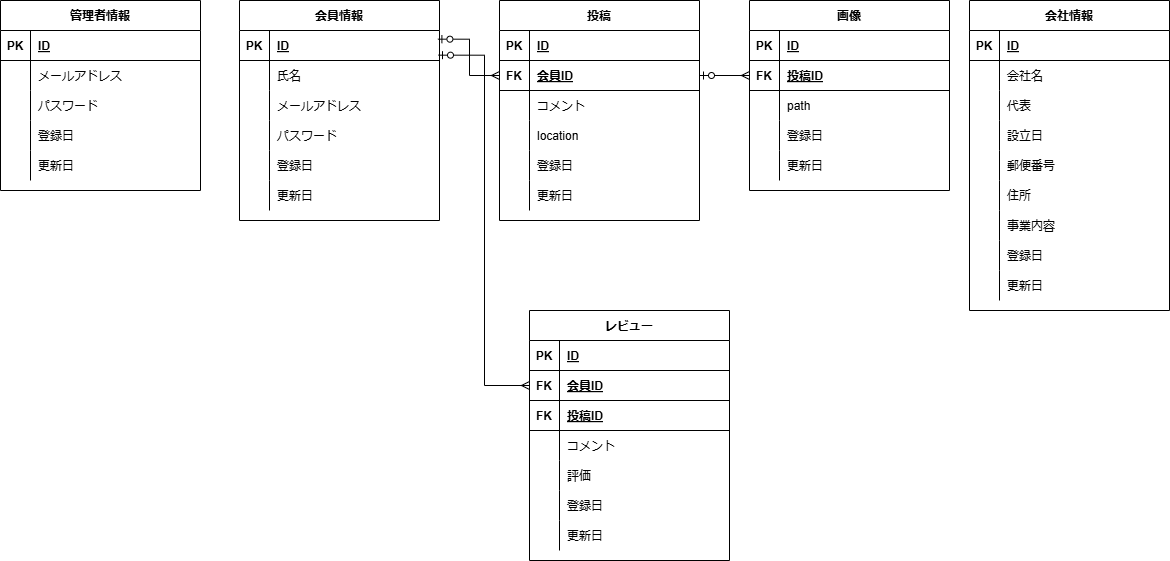
Above: TravelogER図.drawio.png in ISSEI-dot/Travelog (draw.io), before the change. Source tidied: cells renumbered, new cells last; positions are measured from the earlier drawing's top-left corner, leaving out a move shared by most shapes.
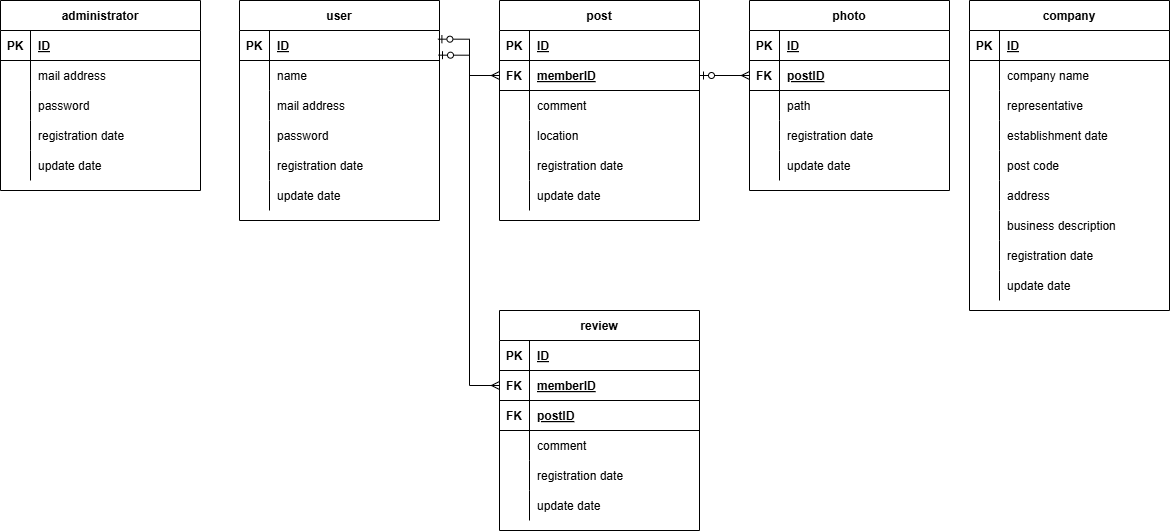
The same file after the commit.

Commit message:
TravelogER図.drawio.png を更新します

The edit, as a diff of the source:
```diff
@@ -4,3 +4,3 @@
     <mxCell id="1" parent="0" />
-    <mxCell id="2" value="管理者情報" style="shape=table;startSize=30;rowLines=0;fontStyle=1;align=center;" parent="1" vertex="1">
+    <mxCell id="2" value="administrator" style="shape=table;startSize=30;rowLines=0;fontStyle=1;align=center;" parent="1" vertex="1">
       <mxGeometry width="200" height="190" as="geometry" />
@@ -22,3 +22,3 @@
     </mxCell>
-    <mxCell id="8" value="メールアドレス" style="shape=partialRectangle;overflow=hidden;fillColor=none;top=0;left=0;bottom=0;right=0;align=left;spacingLeft=6;" parent="6" vertex="1">
+    <mxCell id="8" value="mail address" style="shape=partialRectangle;overflow=hidden;fillColor=none;top=0;left=0;bottom=0;right=0;align=left;spacingLeft=6;" parent="6" vertex="1">
       <mxGeometry x="30" width="170" height="30" as="geometry" />
@@ -31,3 +31,3 @@
     </mxCell>
-    <mxCell id="11" value="パスワード" style="shape=partialRectangle;overflow=hidden;fillColor=none;top=0;left=0;bottom=0;right=0;align=left;spacingLeft=6;" parent="9" vertex="1">
+    <mxCell id="11" value="password" style="shape=partialRectangle;overflow=hidden;fillColor=none;top=0;left=0;bottom=0;right=0;align=left;spacingLeft=6;" parent="9" vertex="1">
       <mxGeometry x="30" width="170" height="30" as="geometry" />
@@ -40,3 +40,3 @@
     </mxCell>
-    <mxCell id="14" value="登録日" style="shape=partialRectangle;overflow=hidden;fillColor=none;top=0;left=0;bottom=0;right=0;align=left;spacingLeft=6;" parent="12" vertex="1">
+    <mxCell id="14" value="registration date" style="shape=partialRectangle;overflow=hidden;fillColor=none;top=0;left=0;bottom=0;right=0;align=left;spacingLeft=6;" parent="12" vertex="1">
       <mxGeometry x="30" width="170" height="30" as="geometry" />
@@ -49,6 +49,6 @@
     </mxCell>
-    <mxCell id="17" value="更新日" style="shape=partialRectangle;overflow=hidden;fillColor=none;top=0;left=0;bottom=0;right=0;align=left;spacingLeft=6;" parent="15" vertex="1">
+    <mxCell id="17" value="update date" style="shape=partialRectangle;overflow=hidden;fillColor=none;top=0;left=0;bottom=0;right=0;align=left;spacingLeft=6;" parent="15" vertex="1">
       <mxGeometry x="30" width="170" height="30" as="geometry" />
     </mxCell>
-    <mxCell id="18" value="会員情報" style="shape=table;startSize=30;rowLines=0;fontStyle=1;align=center;" parent="1" vertex="1">
+    <mxCell id="18" value="user" style="shape=table;startSize=30;rowLines=0;fontStyle=1;align=center;" parent="1" vertex="1">
       <mxGeometry x="239" width="200" height="220" as="geometry" />
@@ -70,3 +70,3 @@
     </mxCell>
-    <mxCell id="24" value="氏名" style="shape=partialRectangle;overflow=hidden;fillColor=none;top=0;left=0;bottom=0;right=0;align=left;spacingLeft=6;" parent="22" vertex="1">
+    <mxCell id="24" value="name" style="shape=partialRectangle;overflow=hidden;fillColor=none;top=0;left=0;bottom=0;right=0;align=left;spacingLeft=6;" parent="22" vertex="1">
       <mxGeometry x="30" width="170" height="30" as="geometry" />
@@ -79,3 +79,3 @@
     </mxCell>
-    <mxCell id="27" value="メールアドレス" style="shape=partialRectangle;overflow=hidden;fillColor=none;top=0;left=0;bottom=0;right=0;align=left;spacingLeft=6;" parent="25" vertex="1">
+    <mxCell id="27" value="mail address" style="shape=partialRectangle;overflow=hidden;fillColor=none;top=0;left=0;bottom=0;right=0;align=left;spacingLeft=6;" parent="25" vertex="1">
       <mxGeometry x="30" width="170" height="30" as="geometry" />
@@ -88,3 +88,3 @@
     </mxCell>
-    <mxCell id="30" value="パスワード" style="shape=partialRectangle;overflow=hidden;fillColor=none;top=0;left=0;bottom=0;right=0;align=left;spacingLeft=6;" parent="28" vertex="1">
+    <mxCell id="30" value="password" style="shape=partialRectangle;overflow=hidden;fillColor=none;top=0;left=0;bottom=0;right=0;align=left;spacingLeft=6;" parent="28" vertex="1">
       <mxGeometry x="30" width="170" height="30" as="geometry" />
@@ -97,3 +97,3 @@
     </mxCell>
-    <mxCell id="33" value="登録日" style="shape=partialRectangle;overflow=hidden;fillColor=none;top=0;left=0;bottom=0;right=0;align=left;spacingLeft=6;" parent="31" vertex="1">
+    <mxCell id="33" value="registration date" style="shape=partialRectangle;overflow=hidden;fillColor=none;top=0;left=0;bottom=0;right=0;align=left;spacingLeft=6;" parent="31" vertex="1">
       <mxGeometry x="30" width="170" height="30" as="geometry" />
@@ -106,6 +106,6 @@
     </mxCell>
-    <mxCell id="36" value="更新日" style="shape=partialRectangle;overflow=hidden;fillColor=none;top=0;left=0;bottom=0;right=0;align=left;spacingLeft=6;" parent="34" vertex="1">
+    <mxCell id="36" value="update date" style="shape=partialRectangle;overflow=hidden;fillColor=none;top=0;left=0;bottom=0;right=0;align=left;spacingLeft=6;" parent="34" vertex="1">
       <mxGeometry x="30" width="170" height="30" as="geometry" />
     </mxCell>
-    <mxCell id="37" value="投稿" style="shape=table;startSize=30;rowLines=0;fontStyle=1;align=center;" parent="1" vertex="1">
+    <mxCell id="37" value="post" style="shape=table;startSize=30;rowLines=0;fontStyle=1;align=center;" parent="1" vertex="1">
       <mxGeometry x="499" width="200" height="220" as="geometry" />
@@ -127,3 +127,3 @@
     </mxCell>
-    <mxCell id="43" value="会員ID" style="shape=partialRectangle;overflow=hidden;fillColor=none;top=0;left=0;bottom=0;right=0;align=left;spacingLeft=6;fontStyle=5;" parent="41" vertex="1">
+    <mxCell id="43" value="memberID" style="shape=partialRectangle;overflow=hidden;fillColor=none;top=0;left=0;bottom=0;right=0;align=left;spacingLeft=6;fontStyle=5;" parent="41" vertex="1">
       <mxGeometry x="30" width="170" height="30" as="geometry" />
@@ -136,3 +136,3 @@
     </mxCell>
-    <mxCell id="46" value="コメント" style="shape=partialRectangle;overflow=hidden;fillColor=none;top=0;left=0;bottom=0;right=0;align=left;spacingLeft=6;" parent="44" vertex="1">
+    <mxCell id="46" value="comment" style="shape=partialRectangle;overflow=hidden;fillColor=none;top=0;left=0;bottom=0;right=0;align=left;spacingLeft=6;" parent="44" vertex="1">
       <mxGeometry x="30" width="170" height="30" as="geometry" />
@@ -154,3 +154,3 @@
     </mxCell>
-    <mxCell id="52" value="登録日" style="shape=partialRectangle;overflow=hidden;fillColor=none;top=0;left=0;bottom=0;right=0;align=left;spacingLeft=6;" parent="50" vertex="1">
+    <mxCell id="52" value="registration date" style="shape=partialRectangle;overflow=hidden;fillColor=none;top=0;left=0;bottom=0;right=0;align=left;spacingLeft=6;" parent="50" vertex="1">
       <mxGeometry x="30" width="170" height="30" as="geometry" />
@@ -163,6 +163,6 @@
     </mxCell>
-    <mxCell id="55" value="更新日" style="shape=partialRectangle;overflow=hidden;fillColor=none;top=0;left=0;bottom=0;right=0;align=left;spacingLeft=6;" parent="53" vertex="1">
+    <mxCell id="55" value="update date" style="shape=partialRectangle;overflow=hidden;fillColor=none;top=0;left=0;bottom=0;right=0;align=left;spacingLeft=6;" parent="53" vertex="1">
       <mxGeometry x="30" width="170" height="30" as="geometry" />
     </mxCell>
-    <mxCell id="56" value="会社情報" style="shape=table;startSize=30;rowLines=0;fontStyle=1;align=center;" parent="1" vertex="1">
+    <mxCell id="56" value="company" style="shape=table;startSize=30;rowLines=0;fontStyle=1;align=center;" parent="1" vertex="1">
       <mxGeometry x="969" width="200" height="310" as="geometry" />
@@ -184,3 +184,3 @@
     </mxCell>
-    <mxCell id="62" value="会社名" style="shape=partialRectangle;overflow=hidden;fillColor=none;top=0;left=0;bottom=0;right=0;align=left;spacingLeft=6;" parent="60" vertex="1">
+    <mxCell id="62" value="company name" style="shape=partialRectangle;overflow=hidden;fillColor=none;top=0;left=0;bottom=0;right=0;align=left;spacingLeft=6;" parent="60" vertex="1">
       <mxGeometry x="30" width="170" height="30" as="geometry" />
@@ -193,3 +193,3 @@
     </mxCell>
-    <mxCell id="65" value="代表" style="shape=partialRectangle;overflow=hidden;fillColor=none;top=0;left=0;bottom=0;right=0;align=left;spacingLeft=6;" parent="63" vertex="1">
+    <mxCell id="65" value="representative" style="shape=partialRectangle;overflow=hidden;fillColor=none;top=0;left=0;bottom=0;right=0;align=left;spacingLeft=6;" parent="63" vertex="1">
       <mxGeometry x="30" width="170" height="30" as="geometry" />
@@ -202,3 +202,3 @@
     </mxCell>
-    <mxCell id="68" value="設立日" style="shape=partialRectangle;overflow=hidden;fillColor=none;top=0;left=0;bottom=0;right=0;align=left;spacingLeft=6;" parent="66" vertex="1">
+    <mxCell id="68" value="establishment date" style="shape=partialRectangle;overflow=hidden;fillColor=none;top=0;left=0;bottom=0;right=0;align=left;spacingLeft=6;" parent="66" vertex="1">
       <mxGeometry x="30" width="170" height="30" as="geometry" />
@@ -211,3 +211,3 @@
     </mxCell>
-    <mxCell id="71" value="郵便番号" style="shape=partialRectangle;overflow=hidden;fillColor=none;top=0;left=0;bottom=0;right=0;align=left;spacingLeft=6;" parent="69" vertex="1">
+    <mxCell id="71" value="post code" style="shape=partialRectangle;overflow=hidden;fillColor=none;top=0;left=0;bottom=0;right=0;align=left;spacingLeft=6;" parent="69" vertex="1">
       <mxGeometry x="30" width="170" height="30" as="geometry" />
@@ -220,3 +220,3 @@
     </mxCell>
-    <mxCell id="74" value="住所" style="shape=partialRectangle;overflow=hidden;fillColor=none;top=0;left=0;bottom=0;right=0;align=left;spacingLeft=6;" parent="72" vertex="1">
+    <mxCell id="74" value="address" style="shape=partialRectangle;overflow=hidden;fillColor=none;top=0;left=0;bottom=0;right=0;align=left;spacingLeft=6;" parent="72" vertex="1">
       <mxGeometry x="30" width="170" height="30" as="geometry" />
@@ -229,3 +229,3 @@
     </mxCell>
-    <mxCell id="77" value="事業内容" style="shape=partialRectangle;overflow=hidden;fillColor=none;top=0;left=0;bottom=0;right=0;align=left;spacingLeft=6;" parent="75" vertex="1">
+    <mxCell id="77" value="business description" style="shape=partialRectangle;overflow=hidden;fillColor=none;top=0;left=0;bottom=0;right=0;align=left;spacingLeft=6;fontSize=12;" parent="75" vertex="1">
       <mxGeometry x="30" width="170" height="30" as="geometry" />
@@ -238,3 +238,3 @@
     </mxCell>
-    <mxCell id="80" value="登録日" style="shape=partialRectangle;overflow=hidden;fillColor=none;top=0;left=0;bottom=0;right=0;align=left;spacingLeft=6;" parent="78" vertex="1">
+    <mxCell id="80" value="registration date" style="shape=partialRectangle;overflow=hidden;fillColor=none;top=0;left=0;bottom=0;right=0;align=left;spacingLeft=6;" parent="78" vertex="1">
       <mxGeometry x="30" width="170" height="30" as="geometry" />
@@ -247,3 +247,3 @@
     </mxCell>
-    <mxCell id="83" value="更新日" style="shape=partialRectangle;overflow=hidden;fillColor=none;top=0;left=0;bottom=0;right=0;align=left;spacingLeft=6;" parent="81" vertex="1">
+    <mxCell id="83" value="update date" style="shape=partialRectangle;overflow=hidden;fillColor=none;top=0;left=0;bottom=0;right=0;align=left;spacingLeft=6;" parent="81" vertex="1">
       <mxGeometry x="30" width="170" height="30" as="geometry" />
@@ -253,4 +253,4 @@
     </mxCell>
-    <mxCell id="85" value="レビュー" style="shape=table;startSize=30;rowLines=0;fontStyle=1;align=center;" parent="1" vertex="1">
-      <mxGeometry x="529" y="310" width="200" height="250" as="geometry" />
+    <mxCell id="85" value="review" style="shape=table;startSize=30;rowLines=0;fontStyle=1;align=center;" parent="1" vertex="1">
+      <mxGeometry x="499" y="310" width="200" height="220" as="geometry" />
     </mxCell>
@@ -271,3 +271,3 @@
     </mxCell>
-    <mxCell id="91" value="会員ID" style="shape=partialRectangle;overflow=hidden;fillColor=none;top=0;left=0;bottom=0;right=0;align=left;spacingLeft=6;fontStyle=5;" parent="89" vertex="1">
+    <mxCell id="91" value="memberID" style="shape=partialRectangle;overflow=hidden;fillColor=none;top=0;left=0;bottom=0;right=0;align=left;spacingLeft=6;fontStyle=5;" parent="89" vertex="1">
       <mxGeometry x="30" width="170" height="30" as="geometry" />
@@ -280,3 +280,3 @@
     </mxCell>
-    <mxCell id="94" value="投稿ID" style="shape=partialRectangle;overflow=hidden;fillColor=none;top=0;left=0;bottom=0;right=0;align=left;spacingLeft=6;fontStyle=5;" parent="92" vertex="1">
+    <mxCell id="94" value="postID" style="shape=partialRectangle;overflow=hidden;fillColor=none;top=0;left=0;bottom=0;right=0;align=left;spacingLeft=6;fontStyle=5;" parent="92" vertex="1">
       <mxGeometry x="30" width="170" height="30" as="geometry" />
@@ -289,16 +289,7 @@
     </mxCell>
-    <mxCell id="97" value="コメント" style="shape=partialRectangle;overflow=hidden;fillColor=none;top=0;left=0;bottom=0;right=0;align=left;spacingLeft=6;" parent="95" vertex="1">
+    <mxCell id="97" value="comment" style="shape=partialRectangle;overflow=hidden;fillColor=none;top=0;left=0;bottom=0;right=0;align=left;spacingLeft=6;" parent="95" vertex="1">
       <mxGeometry x="30" width="170" height="30" as="geometry" />
     </mxCell>
-    <mxCell id="98" style="shape=partialRectangle;fillColor=none;top=0;left=0;right=0;bottom=0;" parent="85" vertex="1">
-      <mxGeometry y="150" width="200" height="30" as="geometry" />
-    </mxCell>
-    <mxCell id="99" style="shape=partialRectangle;overflow=hidden;fillColor=none;top=0;left=0;bottom=0;right=0;" parent="98" vertex="1">
-      <mxGeometry width="30" height="30" as="geometry" />
-    </mxCell>
-    <mxCell id="100" value="評価" style="shape=partialRectangle;overflow=hidden;fillColor=none;top=0;left=0;bottom=0;right=0;align=left;spacingLeft=6;" parent="98" vertex="1">
-      <mxGeometry x="30" width="170" height="30" as="geometry" />
-    </mxCell>
     <mxCell id="101" style="shape=partialRectangle;fillColor=none;top=0;left=0;right=0;bottom=0;" parent="85" vertex="1">
-      <mxGeometry y="180" width="200" height="30" as="geometry" />
+      <mxGeometry y="150" width="200" height="30" as="geometry" />
     </mxCell>
@@ -307,3 +298,3 @@
     </mxCell>
-    <mxCell id="103" value="登録日" style="shape=partialRectangle;overflow=hidden;fillColor=none;top=0;left=0;bottom=0;right=0;align=left;spacingLeft=6;" parent="101" vertex="1">
+    <mxCell id="103" value="registration date" style="shape=partialRectangle;overflow=hidden;fillColor=none;top=0;left=0;bottom=0;right=0;align=left;spacingLeft=6;" parent="101" vertex="1">
       <mxGeometry x="30" width="170" height="30" as="geometry" />
@@ -311,3 +302,3 @@
     <mxCell id="104" style="shape=partialRectangle;fillColor=none;top=0;left=0;right=0;bottom=0;" parent="85" vertex="1">
-      <mxGeometry y="210" width="200" height="30" as="geometry" />
+      <mxGeometry y="180" width="200" height="30" as="geometry" />
     </mxCell>
@@ -316,6 +307,6 @@
     </mxCell>
-    <mxCell id="106" value="更新日" style="shape=partialRectangle;overflow=hidden;fillColor=none;top=0;left=0;bottom=0;right=0;align=left;spacingLeft=6;" parent="104" vertex="1">
+    <mxCell id="106" value="update date" style="shape=partialRectangle;overflow=hidden;fillColor=none;top=0;left=0;bottom=0;right=0;align=left;spacingLeft=6;" parent="104" vertex="1">
       <mxGeometry x="30" width="170" height="30" as="geometry" />
     </mxCell>
-    <mxCell id="107" value="画像" style="shape=table;startSize=30;rowLines=0;fontStyle=1;align=center;" parent="1" vertex="1">
+    <mxCell id="107" value="photo" style="shape=table;startSize=30;rowLines=0;fontStyle=1;align=center;" parent="1" vertex="1">
       <mxGeometry x="749" width="200" height="190" as="geometry" />
@@ -337,3 +328,3 @@
     </mxCell>
-    <mxCell id="113" value="投稿ID" style="shape=partialRectangle;overflow=hidden;fillColor=none;top=0;left=0;bottom=0;right=0;align=left;spacingLeft=6;fontStyle=5;" parent="111" vertex="1">
+    <mxCell id="113" value="postID" style="shape=partialRectangle;overflow=hidden;fillColor=none;top=0;left=0;bottom=0;right=0;align=left;spacingLeft=6;fontStyle=5;" parent="111" vertex="1">
       <mxGeometry x="30" width="170" height="30" as="geometry" />
@@ -355,3 +346,3 @@
     </mxCell>
-    <mxCell id="119" value="登録日" style="shape=partialRectangle;overflow=hidden;fillColor=none;top=0;left=0;bottom=0;right=0;align=left;spacingLeft=6;" parent="117" vertex="1">
+    <mxCell id="119" value="registration date" style="shape=partialRectangle;overflow=hidden;fillColor=none;top=0;left=0;bottom=0;right=0;align=left;spacingLeft=6;" parent="117" vertex="1">
       <mxGeometry x="30" width="170" height="30" as="geometry" />
@@ -364,3 +355,3 @@
     </mxCell>
-    <mxCell id="122" value="更新日" style="shape=partialRectangle;overflow=hidden;fillColor=none;top=0;left=0;bottom=0;right=0;align=left;spacingLeft=6;" parent="120" vertex="1">
+    <mxCell id="122" value="update date" style="shape=partialRectangle;overflow=hidden;fillColor=none;top=0;left=0;bottom=0;right=0;align=left;spacingLeft=6;" parent="120" vertex="1">
       <mxGeometry x="30" width="170" height="30" as="geometry" />
```
